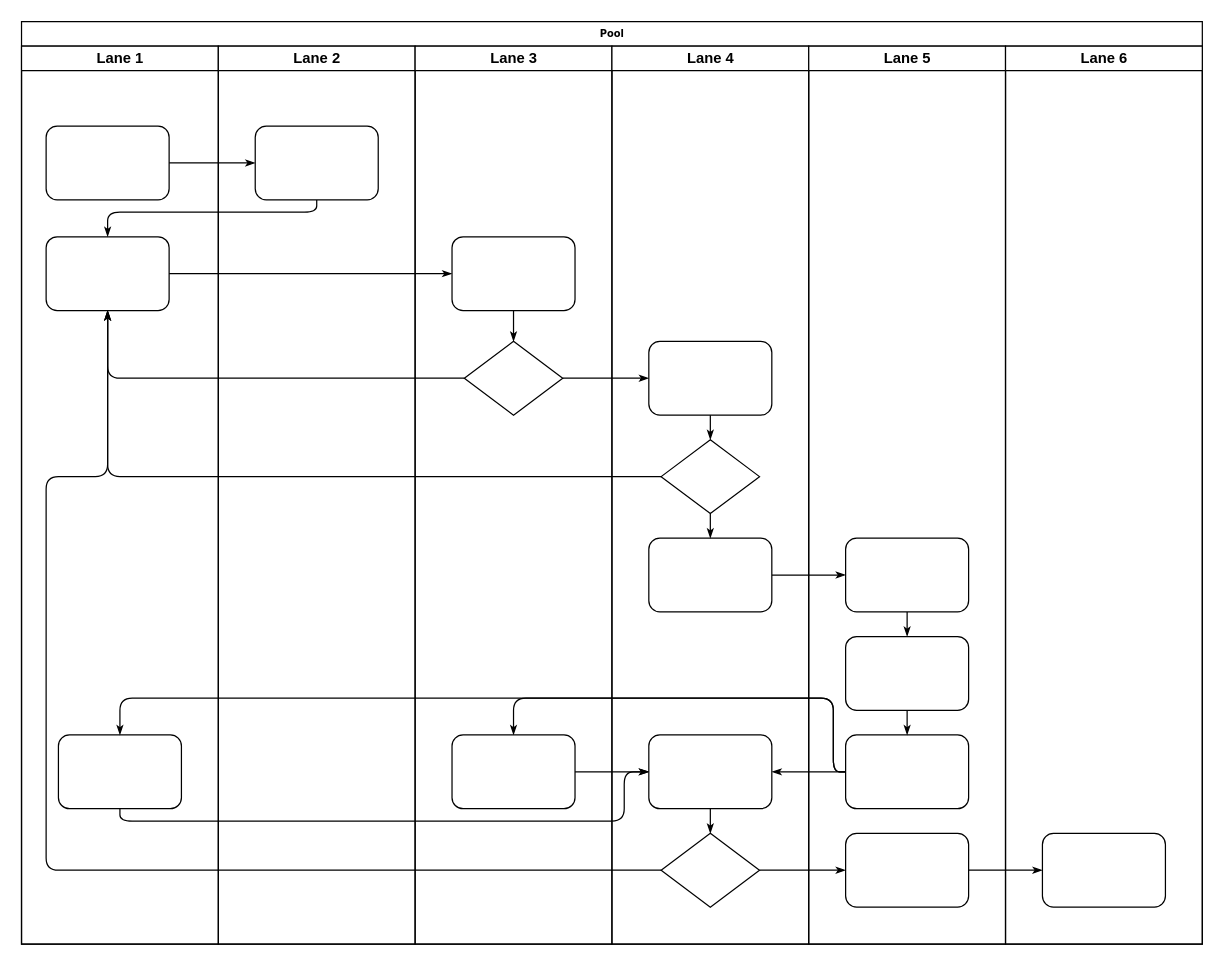
This is Untitled Diagram.drawio from rumblechen/draw, a draw.io file, before an edit. Source tidied: cells renumbered, new cells numbered last; positions are measured from the earlier drawing's top-left corner, leaving out a move shared by most shapes. Both pictures are drawn from the tidied source at 123%, with x=0, y=0 at pixel (21, 21).
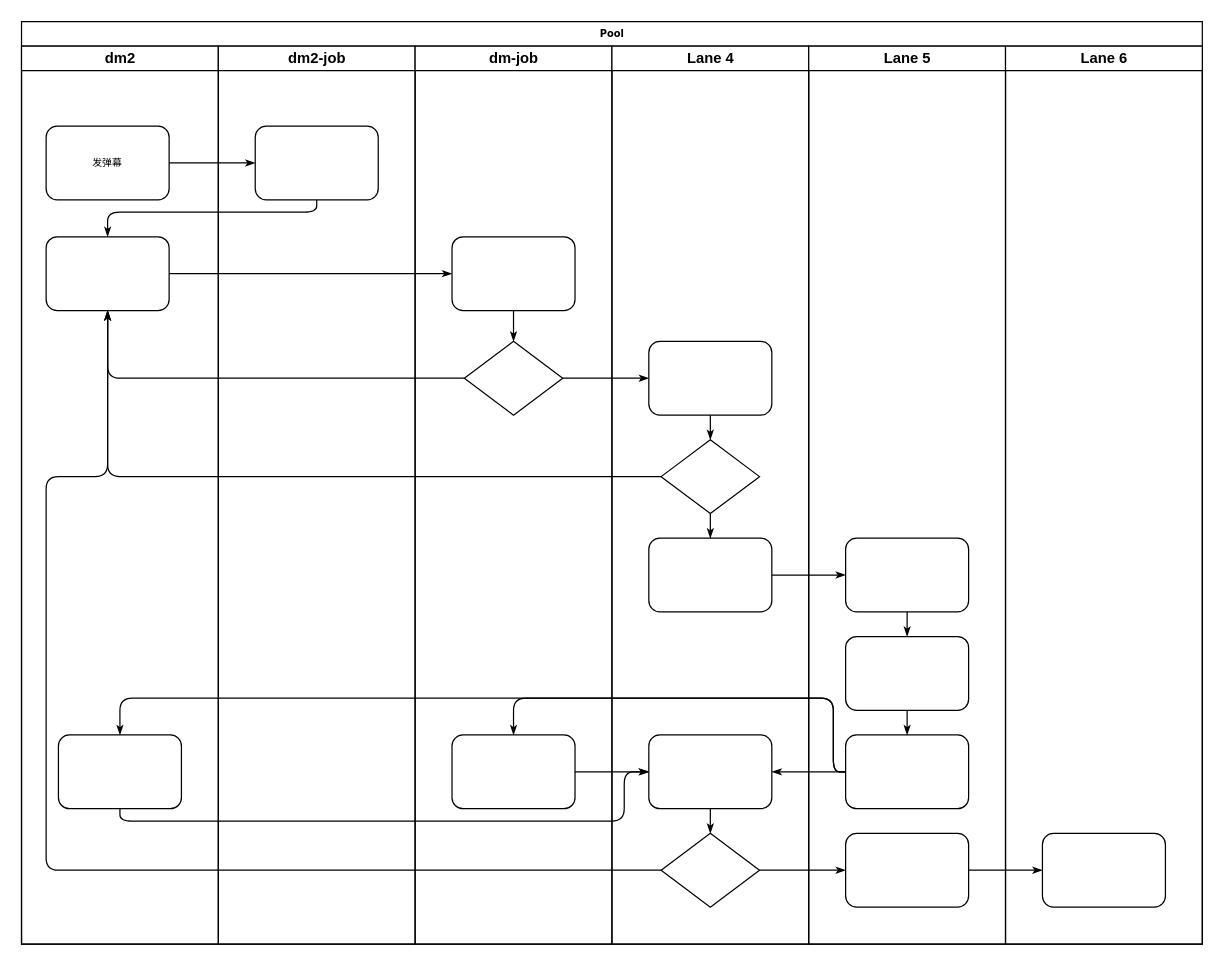
Above is the later version.

The change refers to these unchanged cells:
```xml
<mxCell id="2" value="Pool" style="swimlane;html=1;startSize=20;rounded=0;shadow=0;labelBackgroundColor=none;strokeWidth=1;fontFamily=Verdana;fontSize=8;align=center;" parent="1" vertex="1">
  <mxGeometry width="960" height="750" as="geometry" />
</mxCell>
```

The edit, as a diff of the source:
```diff
@@
-    <mxCell id="3" value="Lane 1" style="swimlane;html=1;startSize=20;" parent="2" vertex="1">
+    <mxCell id="3" value="dm2" style="swimlane;html=1;startSize=20;" parent="2" vertex="1">
       <mxGeometry y="20" width="160" height="730" as="geometry" />
     </mxCell>
-    <mxCell id="4" style="rounded=1;whiteSpace=wrap;html=1;shadow=0;labelBackgroundColor=none;strokeWidth=1;fontFamily=Verdana;fontSize=8;align=center;" parent="3" vertex="1">
+    <mxCell id="4" value="发弹幕" style="rounded=1;whiteSpace=wrap;html=1;shadow=0;labelBackgroundColor=none;strokeWidth=1;fontFamily=Verdana;fontSize=8;align=center;" parent="3" vertex="1">
       <mxGeometry x="20" y="65" width="100" height="60" as="geometry" />
     </mxCell>
@@
-    <mxCell id="22" value="Lane 2" style="swimlane;html=1;startSize=20;" parent="2" vertex="1">
+    <mxCell id="22" value="dm2-job" style="swimlane;html=1;startSize=20;" parent="2" vertex="1">
       <mxGeometry x="160" y="20" width="160" height="730" as="geometry" />
     </mxCell>
@@
-    <mxCell id="24" value="Lane 3" style="swimlane;html=1;startSize=20;" parent="2" vertex="1">
+    <mxCell id="24" value="dm-job" style="swimlane;html=1;startSize=20;" parent="2" vertex="1">
       <mxGeometry x="320" y="20" width="160" height="730" as="geometry" />
     </mxCell>
```
